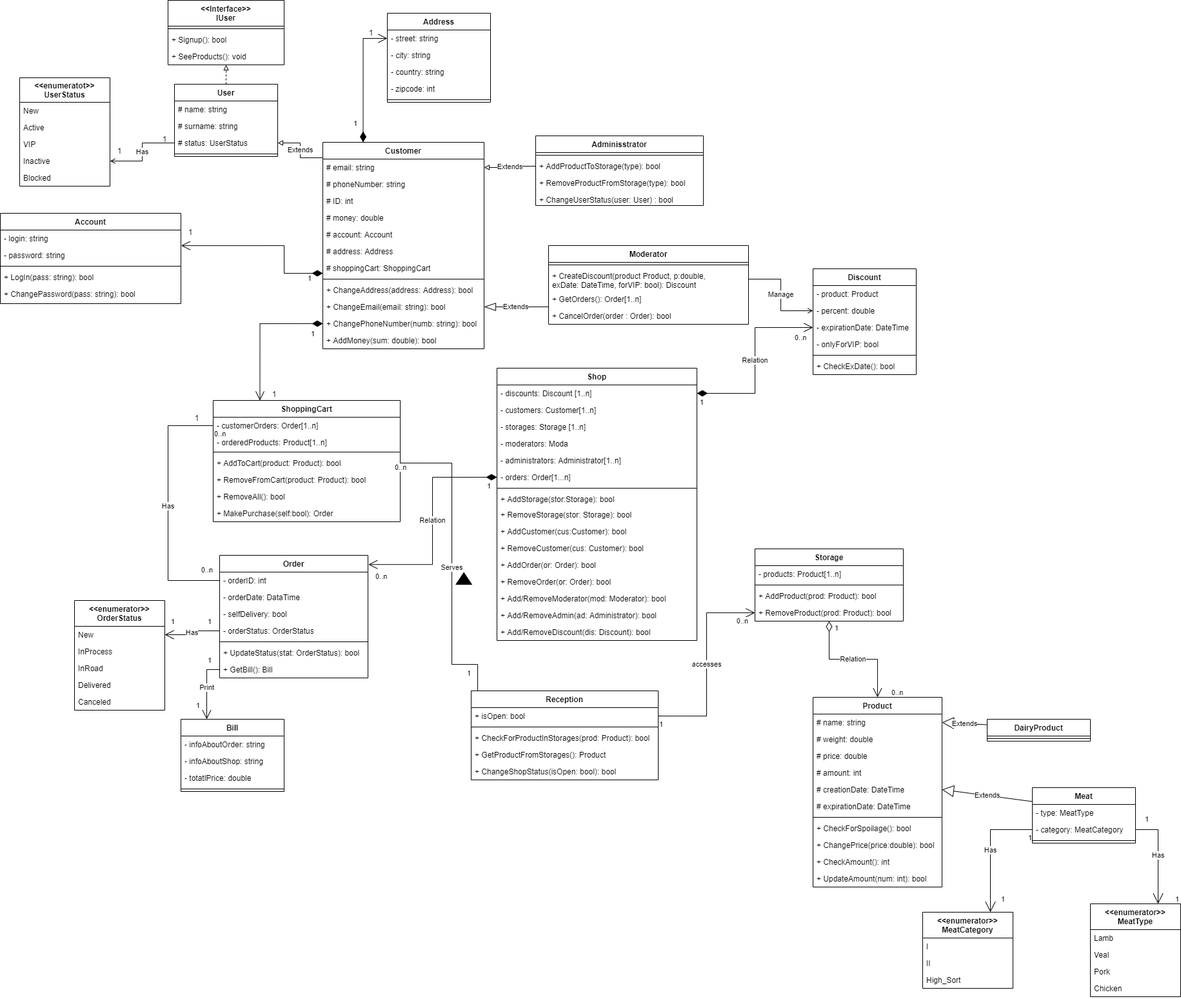
This is ShopConseptualUML.drawio.png from olh-msk/SigmaTask10, a draw.io export, as it was before one commit. Source tidied: cells renumbered, new cells last; positions are measured from the earlier drawing's top-left corner, leaving out a move shared by most shapes.
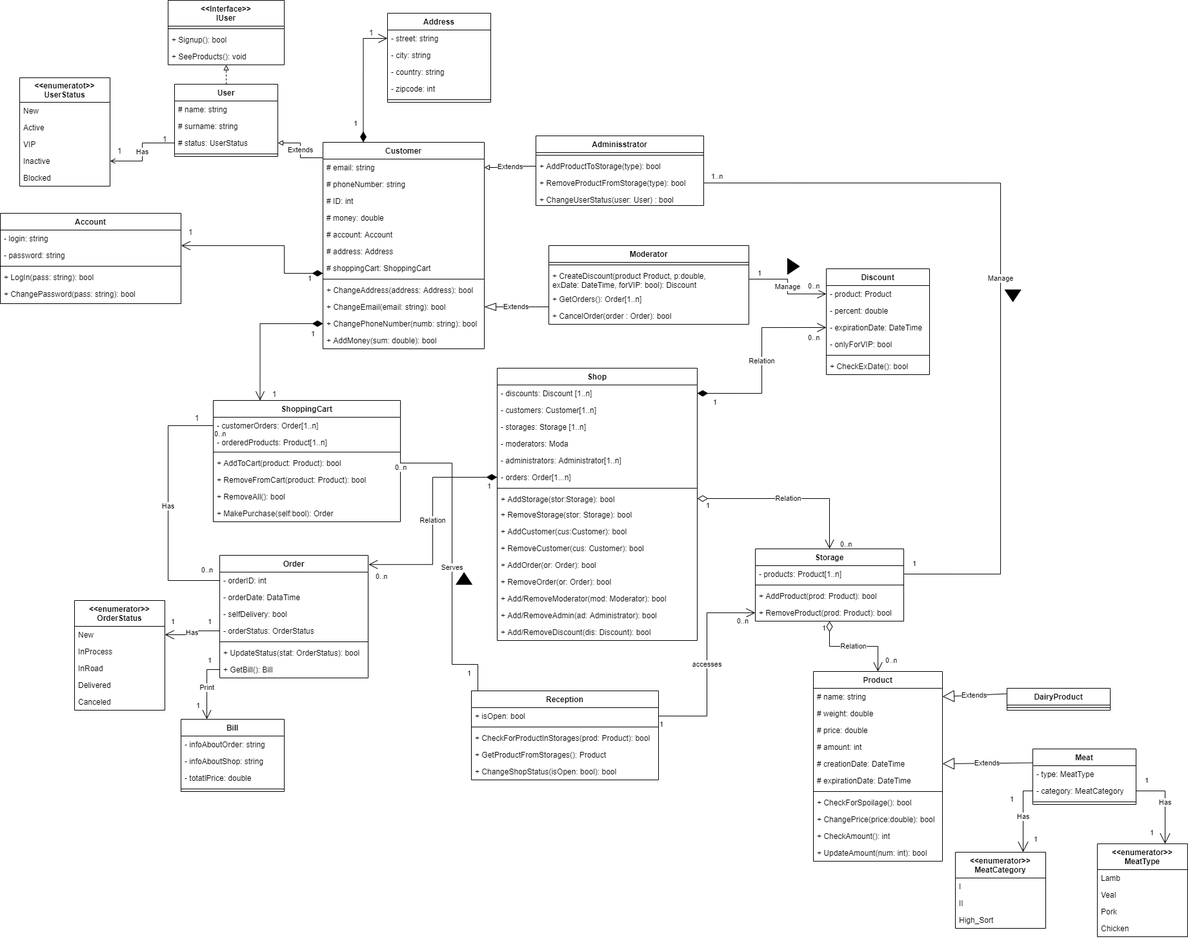
Later version of the same file.

The edit, as a diff of the source:
```diff
@@ -235,7 +235,7 @@
       <mxGeometry x="560" y="45" width="30" height="10" as="geometry" />
     </mxCell>
     <mxCell id="75" value="Product" style="swimlane;fontStyle=1;align=center;verticalAlign=top;horizontal=1;startSize=26;" parent="1" vertex="1">
-      <mxGeometry x="1260" y="1080" width="200" height="294" as="geometry" />
+      <mxGeometry x="1260" y="1040" width="200" height="294" as="geometry" />
     </mxCell>
     <mxCell id="76" value="# name: string" style="text;strokeColor=none;fillColor=none;align=left;verticalAlign=top;spacingLeft=4;spacingRight=4;overflow=hidden;points=[[0,0.5],[1,0.5]];portConstraint=eastwest;" parent="75" vertex="1">
       <mxGeometry y="26" width="200" height="26" as="geometry" />
@@ -366,7 +366,7 @@
       </mxGeometry>
     </mxCell>
     <mxCell id="118" value="Discount" style="swimlane;fontStyle=1;align=center;verticalAlign=top;horizontal=1;startSize=26;" parent="1" vertex="1">
-      <mxGeometry x="1260" y="416" width="160" height="164" as="geometry" />
+      <mxGeometry x="1280" y="416" width="160" height="164" as="geometry" />
     </mxCell>
     <mxCell id="119" value="- product: Product" style="text;strokeColor=none;fillColor=none;align=left;verticalAlign=top;spacingLeft=4;spacingRight=4;overflow=hidden;points=[[0,0.5],[1,0.5]];portConstraint=eastwest;" parent="118" vertex="1">
       <mxGeometry y="26" width="160" height="26" as="geometry" />
@@ -404,9 +404,6 @@
     <mxCell id="130" value="Canceled" style="text;strokeColor=none;fillColor=none;align=left;verticalAlign=top;spacingLeft=4;spacingRight=4;overflow=hidden;" parent="125" vertex="1">
       <mxGeometry y="144" width="140" height="26" as="geometry" />
     </mxCell>
-    <mxCell id="131" value="Manage" style="endArrow=open;html=1;edgeStyle=orthogonalEdgeStyle;rounded=0;entryX=0;entryY=0.5;entryDx=0;entryDy=0;exitX=1;exitY=0.5;exitDx=0;exitDy=0;endFill=0;strokeWidth=1;" parent="1" edge="1" source="68" target="120">
-      <mxGeometry relative="1" as="geometry" />
-    </mxCell>
     <mxCell id="132" value="1" style="endArrow=open;html=1;endSize=12;startArrow=diamondThin;startSize=14;startFill=1;edgeStyle=orthogonalEdgeStyle;align=left;verticalAlign=bottom;rounded=0;exitX=0;exitY=0.5;exitDx=0;exitDy=0;entryX=0.25;entryY=0;entryDx=0;entryDy=0;" parent="1" edge="1" source="47" target="49">
       <mxGeometry x="-0.81" y="25" relative="1" as="geometry" />
     </mxCell>
@@ -414,7 +411,7 @@
       <mxGeometry x="410" y="605" width="30" height="10" as="geometry" />
     </mxCell>
     <mxCell id="134" value="Meat" style="swimlane;fontStyle=1;align=center;verticalAlign=top;horizontal=1;startSize=26;" parent="1" vertex="1">
-      <mxGeometry x="1600" y="1220" width="160" height="86" as="geometry" />
+      <mxGeometry x="1600" y="1160" width="160" height="86" as="geometry" />
     </mxCell>
     <mxCell id="135" value="- type: MeatType" style="text;strokeColor=none;fillColor=none;align=left;verticalAlign=top;spacingLeft=4;spacingRight=4;overflow=hidden;" parent="134" vertex="1">
       <mxGeometry y="26" width="160" height="26" as="geometry" />
@@ -426,13 +423,13 @@
       <mxGeometry y="78" width="160" height="8" as="geometry" />
     </mxCell>
     <mxCell id="138" value="DairyProduct" style="swimlane;fontStyle=1;align=center;verticalAlign=top;horizontal=1;startSize=26;" parent="1" vertex="1">
-      <mxGeometry x="1530" y="1114" width="160" height="34" as="geometry" />
+      <mxGeometry x="1560" y="1066" width="160" height="34" as="geometry" />
     </mxCell>
     <mxCell id="139" style="line;strokeWidth=1;fillColor=none;align=left;verticalAlign=middle;spacingTop=-1;spacingLeft=3;spacingRight=3;labelPosition=right;" parent="138" vertex="1">
       <mxGeometry y="26" width="160" height="8" as="geometry" />
     </mxCell>
     <mxCell id="140" value="&lt;&lt;enumerator&gt;&gt;&#10;MeatCategory" style="swimlane;fontStyle=1;horizontal=1;startSize=40;fillColor=none;" parent="1" vertex="1">
-      <mxGeometry x="1430" y="1413" width="140" height="118" as="geometry" />
+      <mxGeometry x="1480" y="1320" width="140" height="118" as="geometry" />
     </mxCell>
     <mxCell id="141" value="I" style="text;strokeColor=none;fillColor=none;align=left;verticalAlign=top;spacingLeft=4;spacingRight=4;overflow=hidden;" parent="140" vertex="1">
       <mxGeometry y="40" width="140" height="26" as="geometry" />
@@ -444,7 +441,7 @@
       <mxGeometry y="92" width="140" height="26" as="geometry" />
     </mxCell>
     <mxCell id="144" value="&lt;&lt;enumerator&gt;&gt;&#10;MeatType" style="swimlane;fontStyle=1;horizontal=1;startSize=40;fillColor=none;" parent="1" vertex="1">
-      <mxGeometry x="1690" y="1400" width="140" height="144" as="geometry" />
+      <mxGeometry x="1700" y="1307" width="140" height="144" as="geometry" />
     </mxCell>
     <mxCell id="145" value="Lamb" style="text;strokeColor=none;fillColor=none;align=left;verticalAlign=top;spacingLeft=4;spacingRight=4;overflow=hidden;" parent="144" vertex="1">
       <mxGeometry y="40" width="140" height="26" as="geometry" />
@@ -495,7 +492,7 @@
     </mxCell>
     <mxCell id="157" value="0..n" style="edgeLabel;html=1;align=left;verticalAlign=top;" parent="156" vertex="1">
       <mxGeometry x="-1" relative="1" as="geometry">
-        <mxPoint x="150" y="-99" as="offset" />
+        <mxPoint x="170" y="-99" as="offset" />
       </mxGeometry>
     </mxCell>
     <mxCell id="158" value="1" style="edgeLabel;html=1;align=right;verticalAlign=top;" parent="156" vertex="1">
@@ -512,14 +509,16 @@
       </mxGeometry>
     </mxCell>
     <mxCell id="161" value="1" style="edgeLabel;html=1;align=right;verticalAlign=top;" parent="159" vertex="1">
-      <mxGeometry x="1" relative="1" as="geometry" />
+      <mxGeometry x="1" relative="1" as="geometry">
+        <mxPoint x="-29" as="offset" />
+      </mxGeometry>
     </mxCell>
     <mxCell id="162" value="Has" style="endArrow=none;html=1;endSize=12;startArrow=open;startSize=14;startFill=0;edgeStyle=orthogonalEdgeStyle;rounded=0;strokeWidth=1;exitX=0.75;exitY=0;exitDx=0;exitDy=0;entryX=1;entryY=0.5;entryDx=0;entryDy=0;endFill=0;" parent="1" edge="1" source="144" target="136">
       <mxGeometry relative="1" as="geometry" />
     </mxCell>
     <mxCell id="163" value="1" style="edgeLabel;html=1;align=left;verticalAlign=top;" parent="162" vertex="1">
       <mxGeometry x="-1" relative="1" as="geometry">
-        <mxPoint x="25" y="-20" as="offset" />
+        <mxPoint x="-25" y="-30" as="offset" />
       </mxGeometry>
     </mxCell>
     <mxCell id="164" value="1" style="edgeLabel;html=1;align=right;verticalAlign=top;" parent="162" vertex="1">
@@ -604,12 +603,12 @@
     </mxCell>
     <mxCell id="184" value="0..n" style="edgeLabel;html=1;align=left;verticalAlign=top;fillColor=#000000;gradientColor=none;" parent="183" vertex="1">
       <mxGeometry x="-1" relative="1" as="geometry">
-        <mxPoint x="95" y="98" as="offset" />
+        <mxPoint x="85" y="48" as="offset" />
       </mxGeometry>
     </mxCell>
     <mxCell id="185" value="1" style="edgeLabel;html=1;align=right;verticalAlign=top;fillColor=#000000;gradientColor=none;" parent="183" vertex="1">
       <mxGeometry x="1" relative="1" as="geometry">
-        <mxPoint x="-60" y="-120" as="offset" />
+        <mxPoint x="-80" y="-80" as="offset" />
       </mxGeometry>
     </mxCell>
     <mxCell id="186" value="accesses" style="endArrow=open;html=1;endSize=12;startArrow=none;startSize=14;startFill=0;edgeStyle=orthogonalEdgeStyle;rounded=0;strokeWidth=1;exitX=1;exitY=0.5;exitDx=0;exitDy=0;" parent="1" edge="1" source="174" target="10">
@@ -623,5 +622,55 @@
         <mxPoint x="-11" as="offset" />
       </mxGeometry>
     </mxCell>
+    <mxCell id="189" value="Relation" style="endArrow=open;html=1;endSize=12;startArrow=diamondThin;startSize=14;startFill=0;edgeStyle=orthogonalEdgeStyle;rounded=0;strokeWidth=1;exitX=1;exitY=0.5;exitDx=0;exitDy=0;entryX=0.5;entryY=0;entryDx=0;entryDy=0;" parent="1" edge="1" source="108" target="6">
+      <mxGeometry relative="1" as="geometry" />
+    </mxCell>
+    <mxCell id="190" value="0..n" style="edgeLabel;html=1;align=left;verticalAlign=top;fillColor=#000000;gradientColor=none;" parent="189" vertex="1">
+      <mxGeometry x="-1" relative="1" as="geometry">
+        <mxPoint x="220" y="58" as="offset" />
+      </mxGeometry>
+    </mxCell>
+    <mxCell id="191" value="1" style="edgeLabel;html=1;align=right;verticalAlign=top;fillColor=#000000;gradientColor=none;" parent="189" vertex="1">
+      <mxGeometry x="1" relative="1" as="geometry">
+        <mxPoint x="-185" y="-81" as="offset" />
+      </mxGeometry>
+    </mxCell>
+    <mxCell id="192" value="Manage" style="endArrow=none;html=1;endSize=12;startArrow=none;startSize=14;startFill=0;edgeStyle=orthogonalEdgeStyle;rounded=0;strokeWidth=1;exitX=1;exitY=0.5;exitDx=0;exitDy=0;entryX=1;entryY=0.5;entryDx=0;entryDy=0;endFill=0;" parent="1" edge="1" source="14" target="7">
+      <mxGeometry relative="1" as="geometry">
+        <Array as="points">
+          <mxPoint x="1550" y="283" />
+          <mxPoint x="1550" y="889" />
+        </Array>
+      </mxGeometry>
+    </mxCell>
+    <mxCell id="193" value="1..n" style="edgeLabel;html=1;align=left;verticalAlign=top;fillColor=#000000;gradientColor=none;" parent="192" vertex="1">
+      <mxGeometry x="-1" relative="1" as="geometry">
+        <mxPoint x="10" y="-23" as="offset" />
+      </mxGeometry>
+    </mxCell>
+    <mxCell id="194" value="1" style="edgeLabel;html=1;align=right;verticalAlign=top;fillColor=#000000;gradientColor=none;" parent="192" vertex="1">
+      <mxGeometry x="1" relative="1" as="geometry">
+        <mxPoint x="20" y="-29" as="offset" />
+      </mxGeometry>
+    </mxCell>
+    <mxCell id="195" style="triangle;whiteSpace=wrap;html=1;rotation=90;fillColor=#000000;" parent="1" vertex="1">
+      <mxGeometry x="1560" y="445.5" width="18.4" height="24.5" as="geometry" />
+    </mxCell>
+    <mxCell id="196" style="triangle;whiteSpace=wrap;html=1;rotation=0;fillColor=#000000;" parent="1" vertex="1">
+      <mxGeometry x="1220" y="400" width="18.4" height="24.5" as="geometry" />
+    </mxCell>
+    <mxCell id="197" value="Manage" style="endArrow=open;html=1;endSize=12;startArrow=none;startSize=14;startFill=0;edgeStyle=orthogonalEdgeStyle;rounded=0;entryX=0;entryY=0.5;entryDx=0;entryDy=0;exitX=1;exitY=0.5;exitDx=0;exitDy=0;" parent="1" edge="1" source="68" target="119">
+      <mxGeometry relative="1" as="geometry" />
+    </mxCell>
+    <mxCell id="198" value="0..n" style="edgeLabel;html=1;align=left;verticalAlign=top;" parent="197" vertex="1">
+      <mxGeometry x="-1" relative="1" as="geometry">
+        <mxPoint x="90" y="-2" as="offset" />
+      </mxGeometry>
+    </mxCell>
+    <mxCell id="199" value="1" style="edgeLabel;html=1;align=right;verticalAlign=top;" parent="197" vertex="1">
+      <mxGeometry x="1" relative="1" as="geometry">
+        <mxPoint x="-101" y="-45" as="offset" />
+      </mxGeometry>
+    </mxCell>
   </root>
 </mxGraphModel>
```
